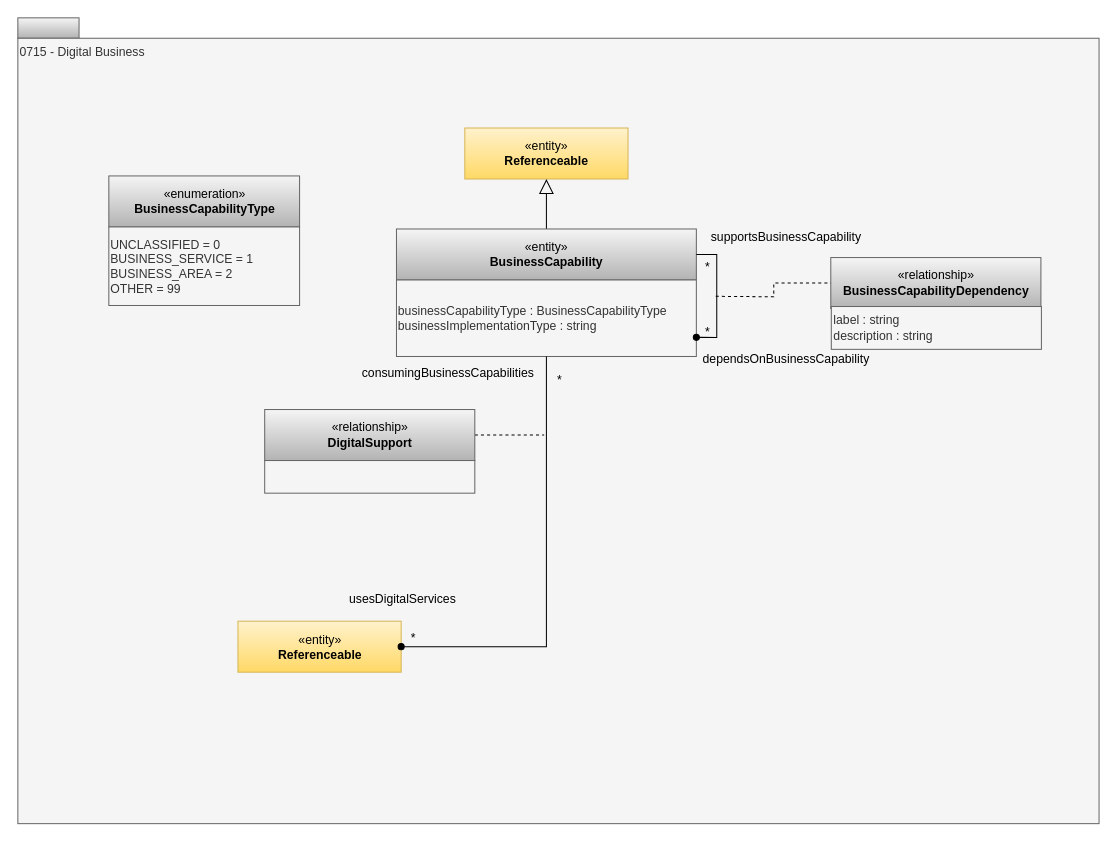
Earlier version of the draw.io diagram page "0715-Digital-Business" (5 of 18) of site/docs/types/7/area-7-lineage.drawio (odpi/egeria-docs). Source tidied: cells renumbered, new cells numbered last; positions are measured from the earlier drawing's top-left corner, leaving out a move shared by most shapes. Both pictures are drawn from the tidied source at 102%, with x=0, y=0 at pixel (17, 17).
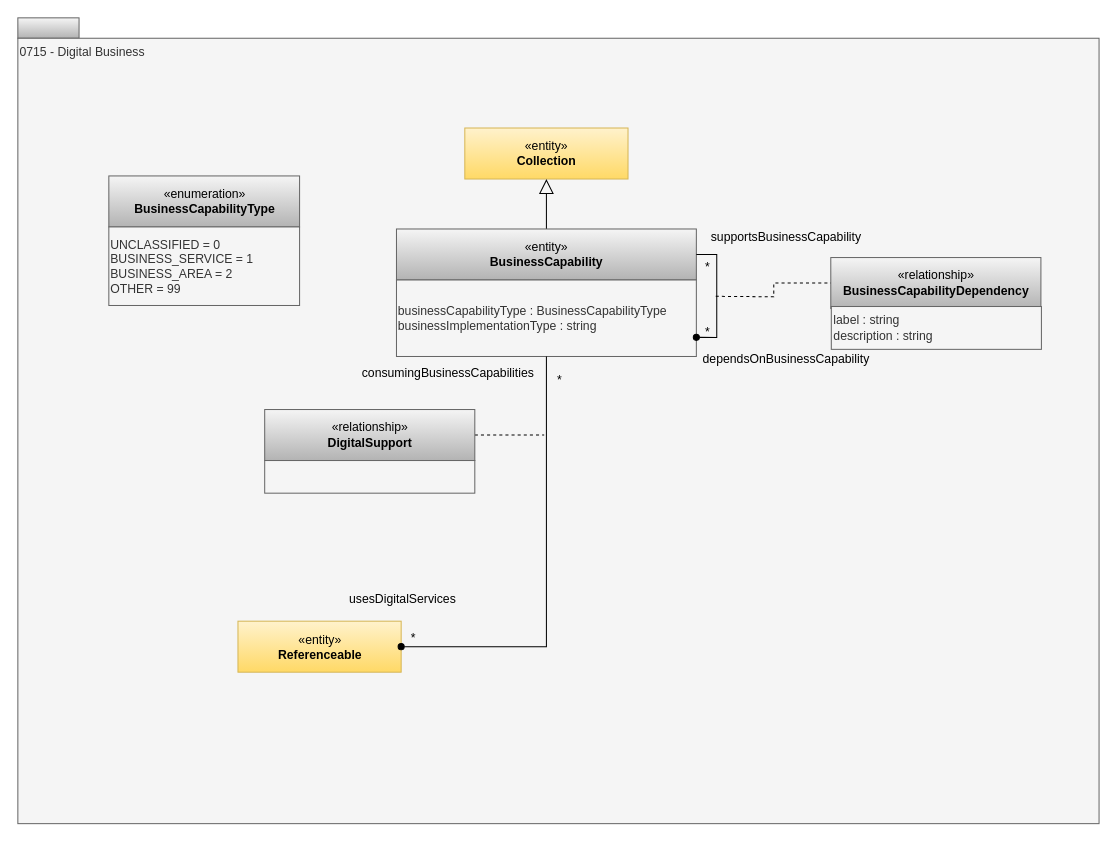
The same page after the edit.

Change to the diagram source:
```diff
@@
-    <mxCell id="4" value="«entity»&lt;br&gt;&lt;b&gt;Referenceable&lt;/b&gt;" style="html=1;strokeColor=#d6b656;align=center;fillColor=#fff2cc;gradientColor=#ffd966;" parent="1" vertex="1">
+    <mxCell id="4" value="«entity»&lt;br&gt;&lt;b&gt;Collection&lt;/b&gt;" style="html=1;strokeColor=#d6b656;align=center;fillColor=#fff2cc;gradientColor=#ffd966;" parent="1" vertex="1">
       <mxGeometry x="438.2" y="108" width="160" height="50" as="geometry" />
     </mxCell>
```
